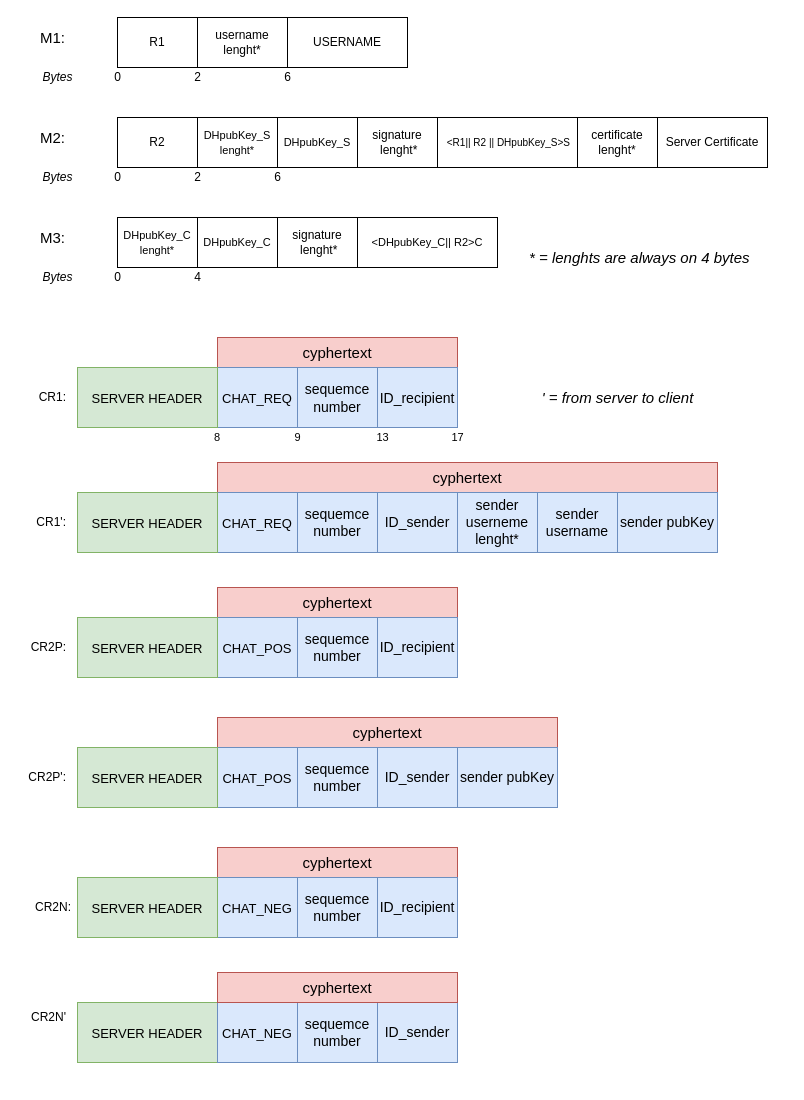
The draw.io diagram page "Pagina-3" (3 of 4) of schema/MsgScheme.drawio in gerti98/secureCom, before the edit. Source tidied: cells renumbered, new cells numbered last; positions are measured from the earlier drawing's top-left corner, leaving out a move shared by most shapes. Both pictures are drawn from the tidied source at 100%, with x=0, y=0 at pixel (17, 17).
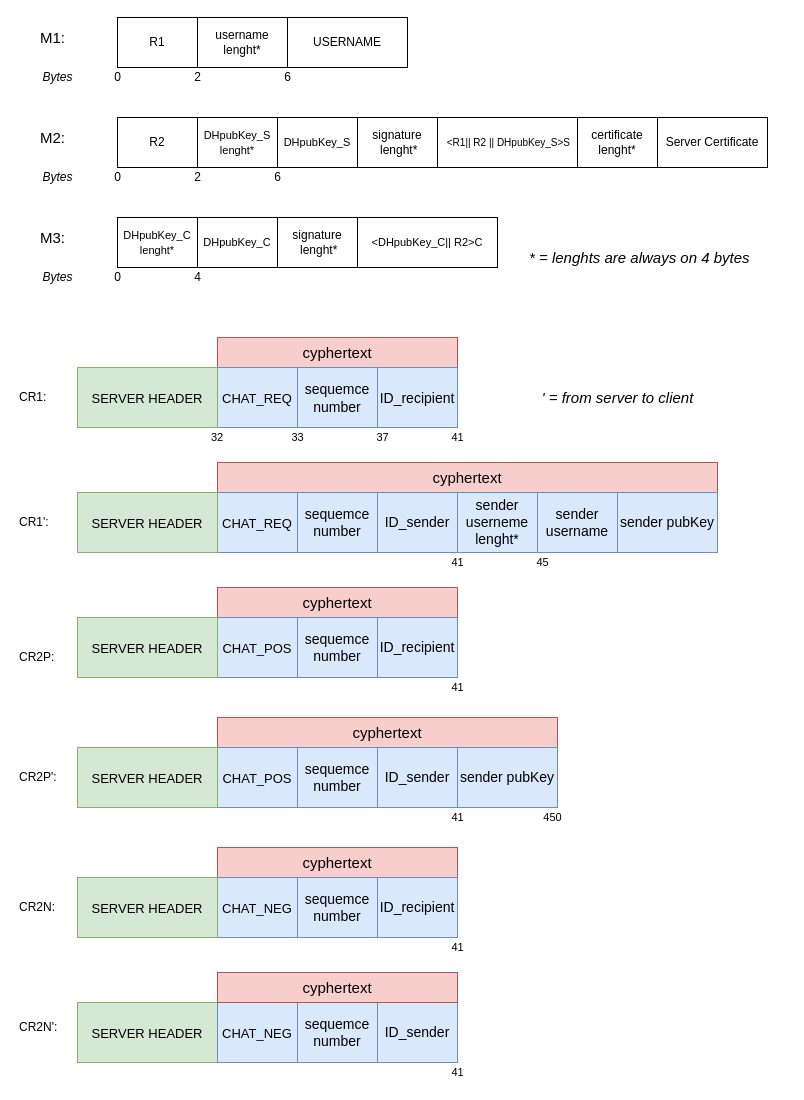
The same page after the edit.

What changed in the source:
```diff
@@
-    <mxCell id="25" value="CR1:" style="text;html=1;align=right;verticalAlign=middle;fontSize=12;" parent="1" vertex="1">
-      <mxGeometry x="10" y="370" width="40" height="20" as="geometry" />
+    <mxCell id="25" value="CR1:" style="text;html=1;align=left;verticalAlign=middle;fontSize=12;" parent="1" vertex="1">
+      <mxGeometry y="370" width="40" height="20" as="geometry" />
     </mxCell>
@@
-    <mxCell id="30" value="CR1':" style="text;html=1;align=right;verticalAlign=middle;fontSize=12;" parent="1" vertex="1">
+    <mxCell id="30" value="CR1':" style="text;html=1;align=left;verticalAlign=middle;fontSize=12;" parent="1" vertex="1">
       <mxGeometry y="495" width="50" height="20" as="geometry" />
     </mxCell>
@@
-    <mxCell id="38" value="CR2P:" style="text;html=1;align=right;verticalAlign=middle;fontSize=12;" parent="1" vertex="1">
-      <mxGeometry y="620" width="50" height="20" as="geometry" />
+    <mxCell id="38" value="CR2P:" style="text;html=1;align=left;verticalAlign=middle;fontSize=12;" parent="1" vertex="1">
+      <mxGeometry y="630" width="50" height="20" as="geometry" />
     </mxCell>
@@
-    <mxCell id="47" value="CR2P':" style="text;html=1;align=right;verticalAlign=middle;fontSize=12;" parent="1" vertex="1">
+    <mxCell id="47" value="CR2P':" style="text;html=1;align=left;verticalAlign=middle;fontSize=12;" parent="1" vertex="1">
       <mxGeometry y="750" width="50" height="20" as="geometry" />
     </mxCell>
@@
-    <mxCell id="49" value="CR2N:" style="text;html=1;align=right;verticalAlign=middle;fontSize=12;" parent="1" vertex="1">
-      <mxGeometry x="5" y="880" width="50" height="20" as="geometry" />
+    <mxCell id="49" value="CR2N:" style="text;html=1;align=left;verticalAlign=middle;fontSize=12;" parent="1" vertex="1">
+      <mxGeometry y="880" width="50" height="20" as="geometry" />
     </mxCell>
@@
-    <mxCell id="53" value="CR2N'" style="text;html=1;align=right;verticalAlign=middle;fontSize=12;" parent="1" vertex="1">
-      <mxGeometry y="990" width="50" height="20" as="geometry" />
+    <mxCell id="53" value="CR2N':" style="text;html=1;align=left;verticalAlign=middle;fontSize=12;" parent="1" vertex="1">
+      <mxGeometry y="1000" width="50" height="20" as="geometry" />
     </mxCell>
@@
-    <mxCell id="68" value="8" style="text;html=1;strokeColor=none;fillColor=none;align=center;verticalAlign=middle;whiteSpace=wrap;rounded=0;fontSize=11;" parent="1" vertex="1">
+    <mxCell id="68" value="32" style="text;html=1;strokeColor=none;fillColor=none;align=center;verticalAlign=middle;whiteSpace=wrap;rounded=0;fontSize=11;" parent="1" vertex="1">
       <mxGeometry x="180" y="410" width="40" height="20" as="geometry" />
     </mxCell>
-    <mxCell id="69" value="9" style="text;html=1;align=center;verticalAlign=middle;fontSize=11;" parent="1" vertex="1">
-      <mxGeometry x="270" y="410" width="20" height="20" as="geometry" />
+    <mxCell id="69" value="33" style="text;html=1;align=center;verticalAlign=middle;fontSize=11;" parent="1" vertex="1">
+      <mxGeometry x="265" y="410" width="30" height="20" as="geometry" />
     </mxCell>
-    <mxCell id="70" value="13" style="text;html=1;align=center;verticalAlign=middle;fontSize=11;" parent="1" vertex="1">
+    <mxCell id="70" value="37" style="text;html=1;align=center;verticalAlign=middle;fontSize=11;" parent="1" vertex="1">
       <mxGeometry x="350" y="410" width="30" height="20" as="geometry" />
     </mxCell>
@@
-    <mxCell id="75" value="17" style="text;html=1;align=center;verticalAlign=middle;fontSize=11;" parent="1" vertex="1">
+    <mxCell id="75" value="41" style="text;html=1;align=center;verticalAlign=middle;fontSize=11;" parent="1" vertex="1">
       <mxGeometry x="425" y="410" width="30" height="20" as="geometry" />
     </mxCell>
+    <mxCell id="76" value="41" style="text;html=1;align=center;verticalAlign=middle;fontSize=11;" parent="1" vertex="1">
+      <mxGeometry x="425" y="535" width="30" height="20" as="geometry" />
+    </mxCell>
+    <mxCell id="77" value="41" style="text;html=1;align=center;verticalAlign=middle;fontSize=11;" parent="1" vertex="1">
+      <mxGeometry x="425" y="660" width="30" height="20" as="geometry" />
+    </mxCell>
+    <mxCell id="78" value="41" style="text;html=1;align=center;verticalAlign=middle;fontSize=11;" parent="1" vertex="1">
+      <mxGeometry x="425" y="790" width="30" height="20" as="geometry" />
+    </mxCell>
+    <mxCell id="79" value="450" style="text;html=1;align=center;verticalAlign=middle;fontSize=11;" parent="1" vertex="1">
+      <mxGeometry x="520" y="790" width="30" height="20" as="geometry" />
+    </mxCell>
+    <mxCell id="80" value="45" style="text;html=1;align=center;verticalAlign=middle;fontSize=11;" parent="1" vertex="1">
+      <mxGeometry x="510" y="535" width="30" height="20" as="geometry" />
+    </mxCell>
+    <mxCell id="81" value="41" style="text;html=1;align=center;verticalAlign=middle;fontSize=11;" parent="1" vertex="1">
+      <mxGeometry x="425" y="920" width="30" height="20" as="geometry" />
+    </mxCell>
+    <mxCell id="82" value="41" style="text;html=1;align=center;verticalAlign=middle;fontSize=11;" parent="1" vertex="1">
+      <mxGeometry x="425" y="1045" width="30" height="20" as="geometry" />
+    </mxCell>
```
